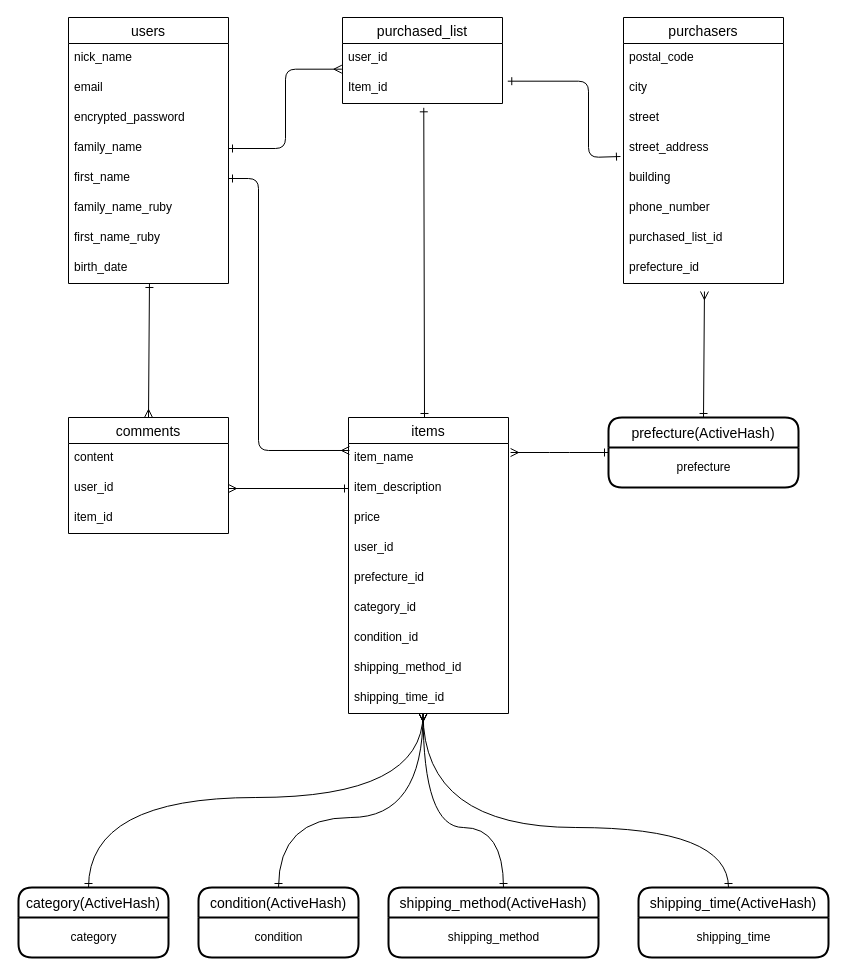
shotagithub/furima-38861 keeps this draw.io diagram as furima.dio. Above is the earlier version. Source tidied: cells renumbered, new cells numbered last; positions are measured from the earlier drawing's top-left corner, leaving out a move shared by most shapes. Both pictures are drawn from the tidied source at 100%, with x=0, y=0 at pixel (18, 17).
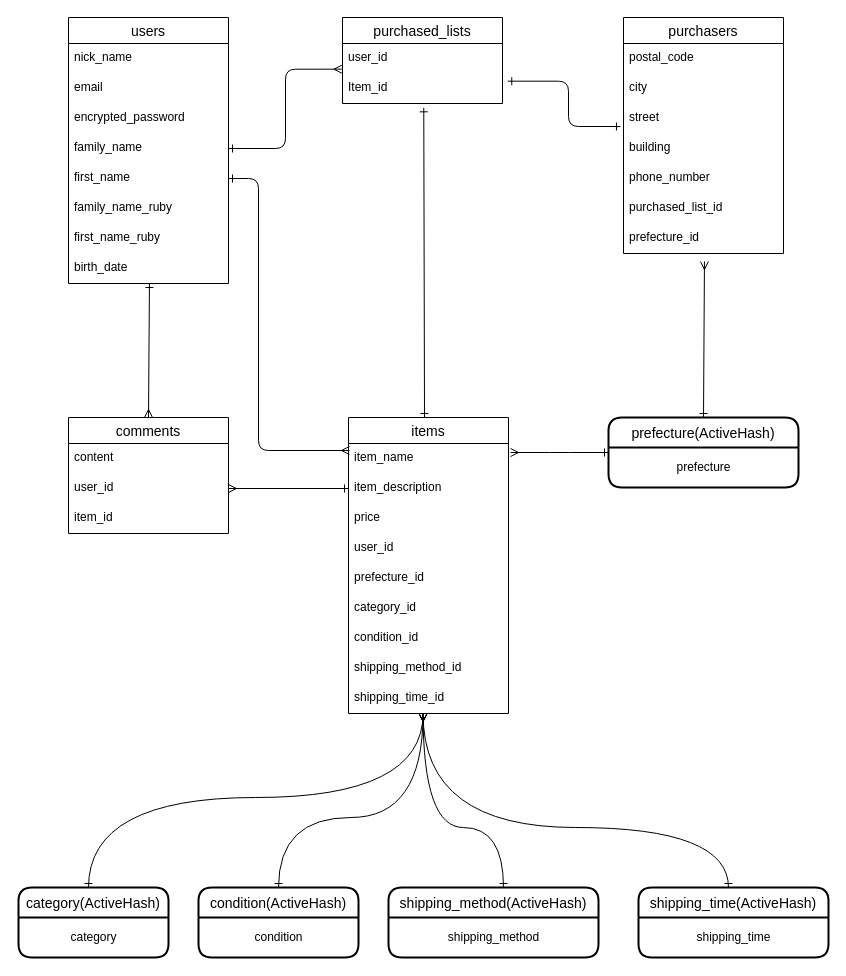
After the change.

The change refers to these unchanged cells:
```xml
<mxCell id="56" value="Item_id" style="text;strokeColor=none;fillColor=none;spacingLeft=4;spacingRight=4;overflow=hidden;points=[[0,0.5],[1,0.5]];portConstraint=eastwest;fontSize=12;" parent="54" vertex="1">
  <mxGeometry y="56" width="160" height="30" as="geometry" />
</mxCell>
```

Change to the diagram source:
```diff
@@
     <mxCell id="27" value="purchasers" style="swimlane;fontStyle=0;horizontal=1;startSize=26;align=center;fontSize=14;" parent="1" vertex="1">
-      <mxGeometry x="605" width="160" height="266" as="geometry" />
+      <mxGeometry x="605" width="160" height="236" as="geometry" />
     </mxCell>
@@
-    <mxCell id="31" value="street_address" style="text;strokeColor=none;fillColor=none;spacingLeft=4;spacingRight=4;overflow=hidden;fontSize=12;" parent="27" vertex="1">
-      <mxGeometry y="116" width="160" height="30" as="geometry" />
-    </mxCell>
     <mxCell id="32" value="building" style="text;strokeColor=none;fillColor=none;spacingLeft=4;spacingRight=4;overflow=hidden;points=[[0,0.5],[1,0.5]];portConstraint=eastwest;fontSize=12;" parent="27" vertex="1">
-      <mxGeometry y="146" width="160" height="30" as="geometry" />
+      <mxGeometry y="116" width="160" height="30" as="geometry" />
     </mxCell>
     <mxCell id="33" value="phone_number" style="text;strokeColor=none;fillColor=none;spacingLeft=4;spacingRight=4;overflow=hidden;fontSize=12;" parent="27" vertex="1">
-      <mxGeometry y="176" width="160" height="30" as="geometry" />
+      <mxGeometry y="146" width="160" height="30" as="geometry" />
     </mxCell>
     <mxCell id="34" value="purchased_list_id" style="text;strokeColor=none;fillColor=none;spacingLeft=4;spacingRight=4;overflow=hidden;fontSize=12;" parent="27" vertex="1">
-      <mxGeometry y="206" width="160" height="30" as="geometry" />
+      <mxGeometry y="176" width="160" height="30" as="geometry" />
     </mxCell>
     <mxCell id="35" value="prefecture_id" style="text;strokeColor=none;fillColor=none;spacingLeft=4;spacingRight=4;overflow=hidden;points=[[0,0.5],[1,0.5]];portConstraint=eastwest;fontSize=12;" parent="27" vertex="1">
-      <mxGeometry y="236" width="160" height="30" as="geometry" />
+      <mxGeometry y="206" width="160" height="30" as="geometry" />
     </mxCell>
@@
-    <mxCell id="54" value="purchased_list" style="swimlane;fontStyle=0;horizontal=1;startSize=26;align=center;fontSize=14;" parent="1" vertex="1">
+    <mxCell id="54" value="purchased_lists" style="swimlane;fontStyle=0;horizontal=1;startSize=26;align=center;fontSize=14;" parent="1" vertex="1">
       <mxGeometry x="324" width="160" height="86" as="geometry" />
     </mxCell>
@@
     <mxCell id="58" style="html=1;startArrow=ERone;startFill=0;endArrow=ERone;endFill=0;edgeStyle=orthogonalEdgeStyle;entryX=-0.019;entryY=-0.233;entryDx=0;entryDy=0;entryPerimeter=0;exitX=1.033;exitY=0.256;exitDx=0;exitDy=0;exitPerimeter=0;" parent="1" edge="1" source="56" target="32">
       <mxGeometry relative="1" as="geometry">
         <Array as="points">
-          <mxPoint x="570" y="64" />
-          <mxPoint x="570" y="140" />
-          <mxPoint x="602" y="140" />
+          <mxPoint x="550" y="64" />
+          <mxPoint x="550" y="109" />
         </Array>
       </mxGeometry>
     </mxCell>
```
